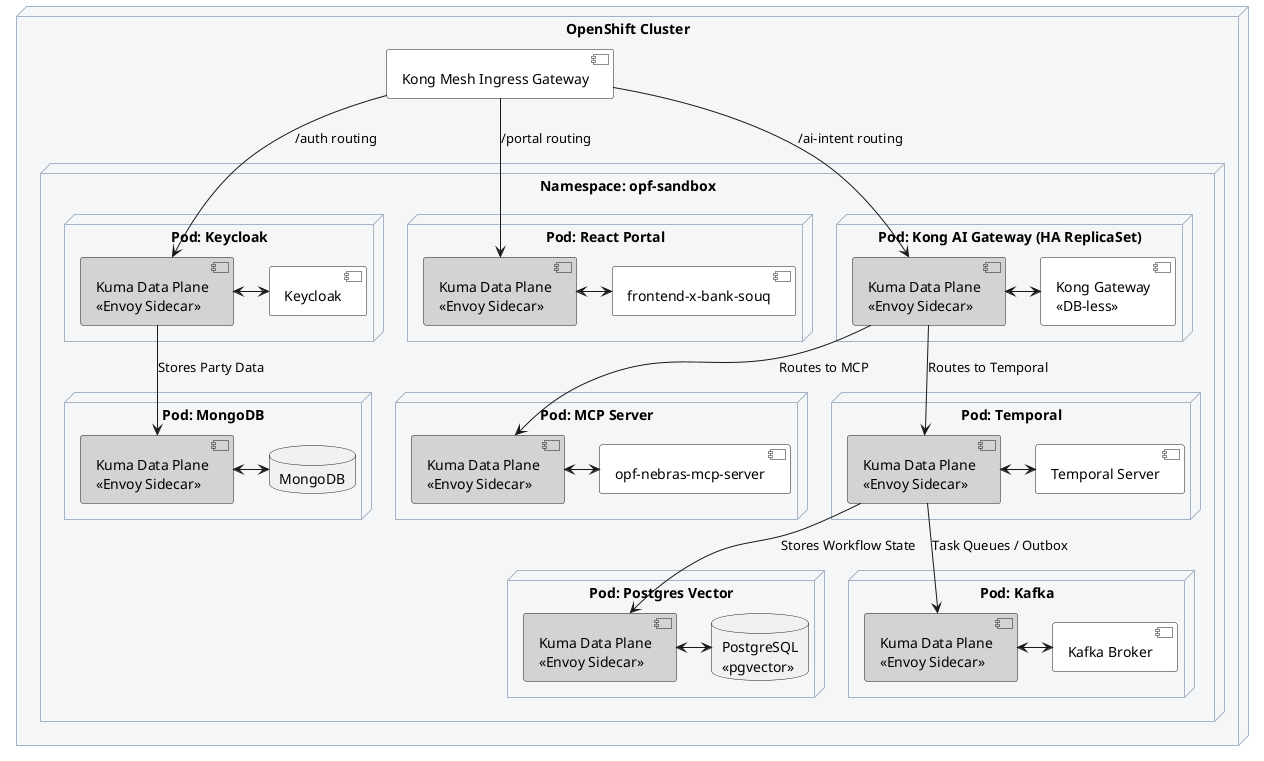
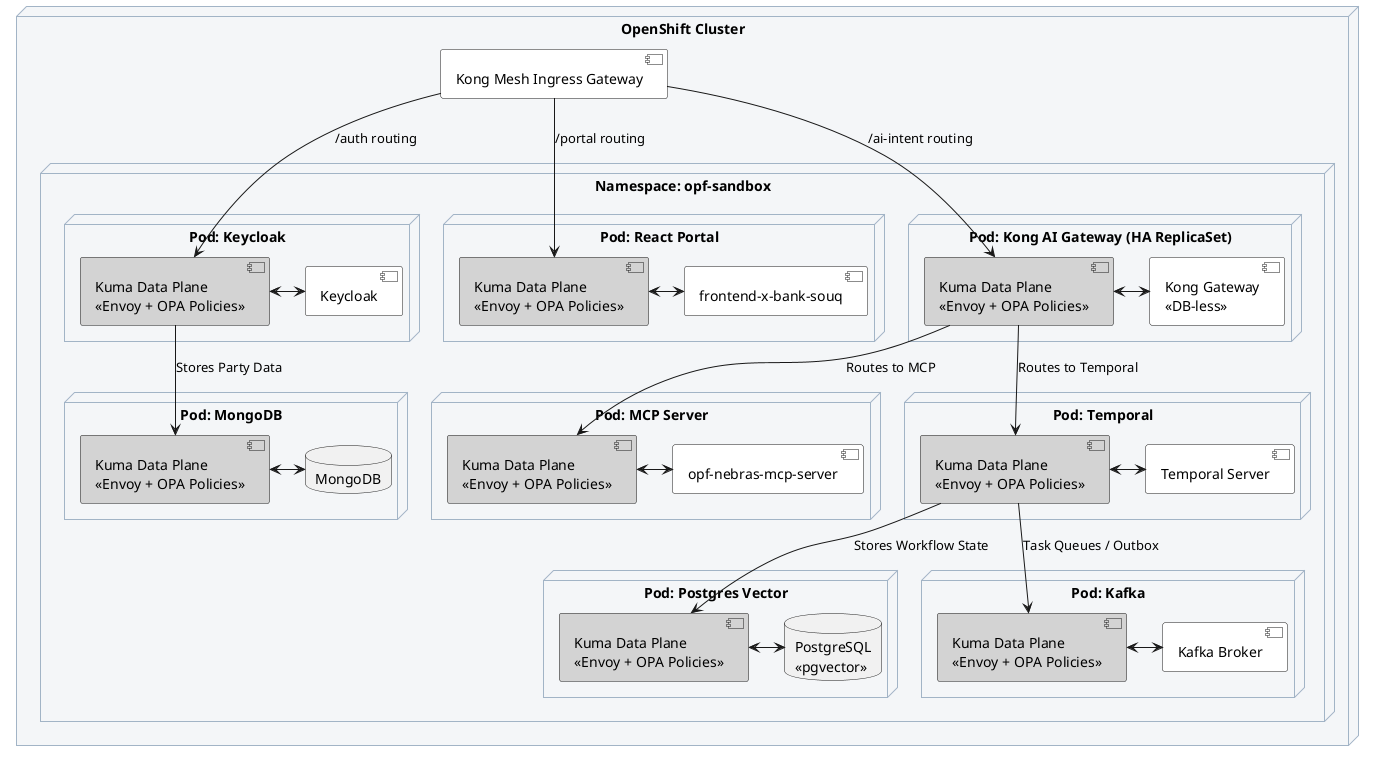
@startuml Deployment_Sandbox
skinparam node {
    BackgroundColor #f4f6f8
    BorderColor #a2b4c6
}
skinparam component {
    BackgroundColor #ffffff
}

node "OpenShift Cluster" as k8s {

    component "Kong Mesh Ingress Gateway" as ingress

    node "Namespace: opf-sandbox" {

        node "Pod: Keycloak" {
-             component "Kuma Data Plane\n<<Envoy Sidecar>>" as e1 #lightgrey
+             component "Kuma Data Plane\n<<Envoy + OPA Policies>>" as e1 #lightgrey
            component "Keycloak" as kc
            e1 <-> kc
        }

        node "Pod: MongoDB" {
-             component "Kuma Data Plane\n<<Envoy Sidecar>>" as e2 #lightgrey
+             component "Kuma Data Plane\n<<Envoy + OPA Policies>>" as e2 #lightgrey
            database "MongoDB" as mongo
            e2 <-> mongo
        }

        node "Pod: Temporal" {
-             component "Kuma Data Plane\n<<Envoy Sidecar>>" as e3 #lightgrey
+             component "Kuma Data Plane\n<<Envoy + OPA Policies>>" as e3 #lightgrey
            component "Temporal Server" as temp
            e3 <-> temp
        }

        node "Pod: Postgres Vector" {
-             component "Kuma Data Plane\n<<Envoy Sidecar>>" as e4 #lightgrey
+             component "Kuma Data Plane\n<<Envoy + OPA Policies>>" as e4 #lightgrey
            database "PostgreSQL\n<<pgvector>>" as pg
            e4 <-> pg
        }

        node "Pod: Kafka" {
-             component "Kuma Data Plane\n<<Envoy Sidecar>>" as e5 #lightgrey
+             component "Kuma Data Plane\n<<Envoy + OPA Policies>>" as e5 #lightgrey
            component "Kafka Broker" as kafka
            e5 <-> kafka
        }
        node "Pod: React Portal" {
-             component "Kuma Data Plane\n<<Envoy Sidecar>>" as e6 #lightgrey
+             component "Kuma Data Plane\n<<Envoy + OPA Policies>>" as e6 #lightgrey
            component "frontend-x-bank-souq" as portal
            e6 <-> portal
        }

        node "Pod: Kong AI Gateway (HA ReplicaSet)" {
-             component "Kuma Data Plane\n<<Envoy Sidecar>>" as ek #lightgrey
+             component "Kuma Data Plane\n<<Envoy + OPA Policies>>" as ek #lightgrey
            component "Kong Gateway\n<<DB-less>>" as kong
            ek <-> kong
        }

        node "Pod: MCP Server" {
-             component "Kuma Data Plane\n<<Envoy Sidecar>>" as e7 #lightgrey
+             component "Kuma Data Plane\n<<Envoy + OPA Policies>>" as e7 #lightgrey
            component "opf-nebras-mcp-server" as mcp
            e7 <-> mcp
        }
    }

    ingress --> e6 : /portal routing
    ingress --> ek : /ai-intent routing
    ek --> e7 : Routes to MCP
    ek --> e3 : Routes to Temporal
    ingress --> e1 : /auth routing
    e1 --> e2 : Stores Party Data
    e3 --> e4 : Stores Workflow State
    e3 --> e5 : Task Queues / Outbox
}
@enduml
